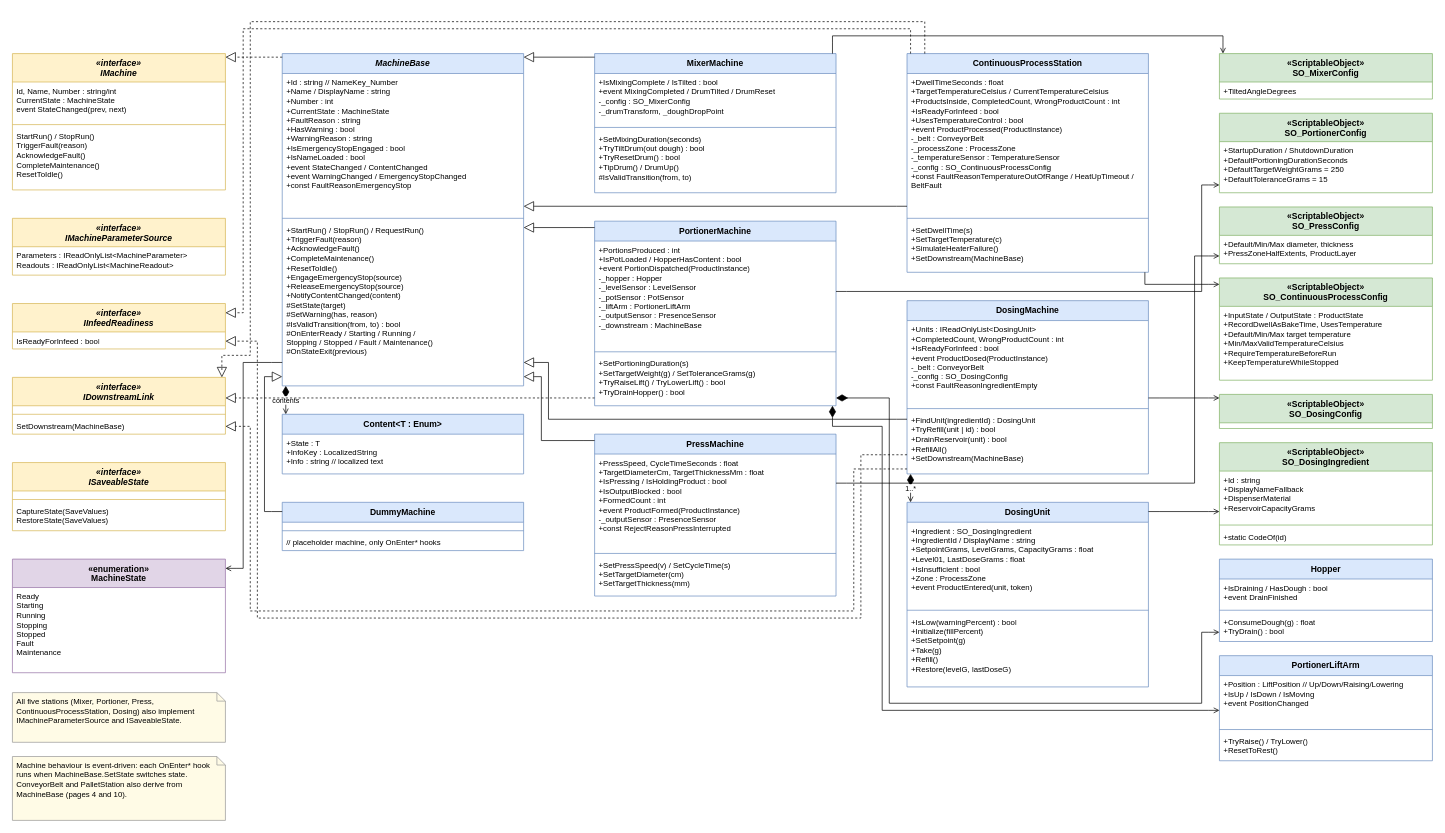
The draw.io diagram page "3 Machines" (3 of 10) of Docs/UML/FPS-UML.drawio in letusgetLogic/food-production-simulator, before the edit. Source tidied: cells renumbered, new cells numbered last; positions are measured from the earlier drawing's top-left corner, leaving out a move shared by most shapes. Both pictures are drawn from the tidied source at 71%, with x=0, y=0 at pixel (12, 21).
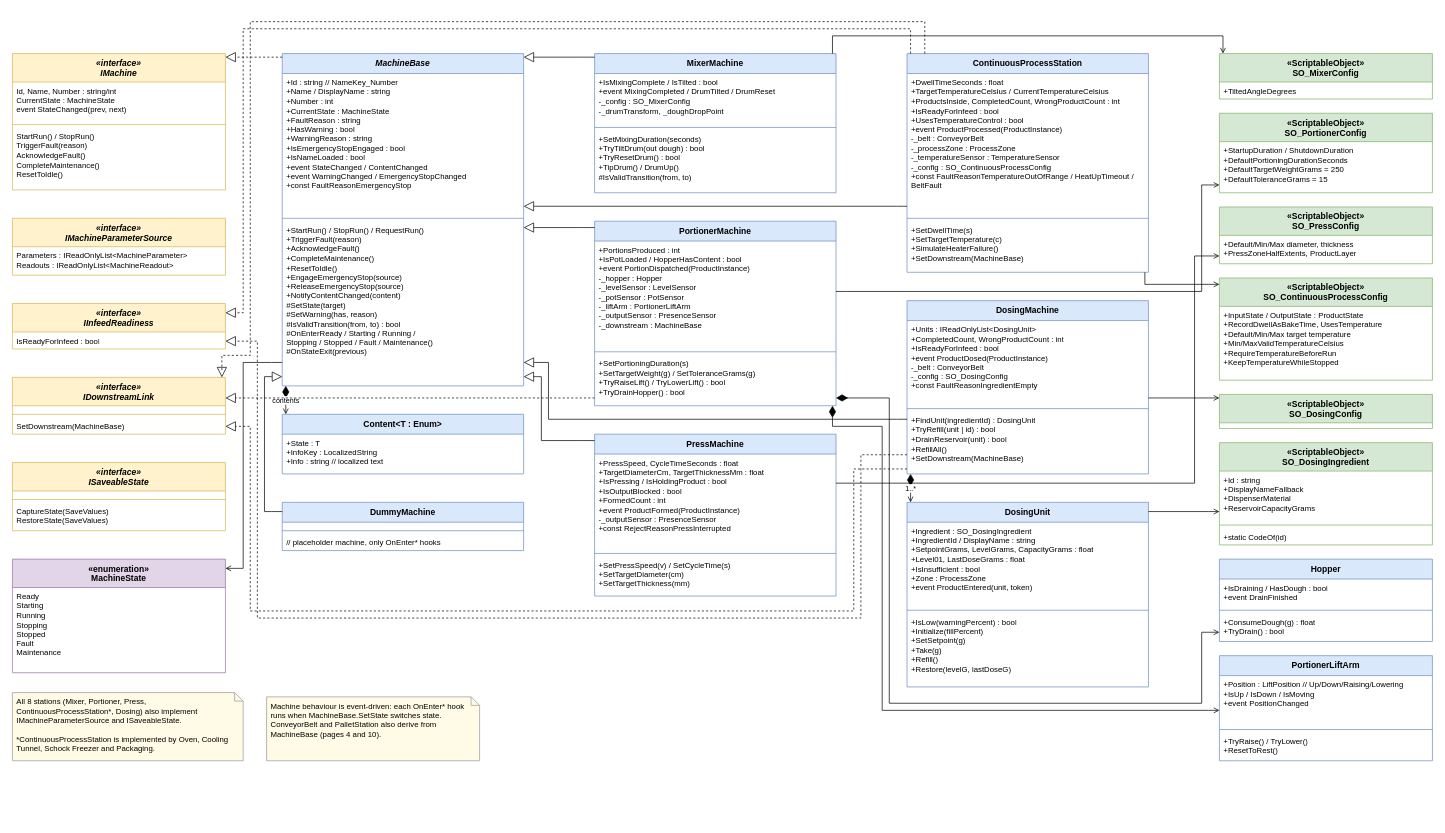
The same page after the edit.

Diff of the diagram source:
```diff
@@
-    <mxCell id="76" value="All five stations (Mixer, Portioner, Press, ContinuousProcessStation, Dosing) also implement IMachineParameterSource and ISaveableState." style="shape=note;whiteSpace=wrap;html=1;backgroundOutline=1;size=12;fillColor=#fffbe6;strokeColor=#999999;fontSize=11;align=left;verticalAlign=top;spacingLeft=4;" parent="1" vertex="1">
-      <mxGeometry y="945" width="300" height="70" as="geometry" />
+    <mxCell id="76" value="All 8 stations (Mixer, Portioner, Press, ContinuousProcessStation*, Dosing) also implement IMachineParameterSource and ISaveableState.&lt;br&gt;&lt;br&gt;&lt;div&gt;*ContinuousProcessStation is implemented by Oven, Cooling Tunnel, Schock Freezer and Packaging.&lt;/div&gt;" style="shape=note;whiteSpace=wrap;html=1;backgroundOutline=1;size=12;fillColor=#fffbe6;strokeColor=#999999;fontSize=11;align=left;verticalAlign=top;spacingLeft=4;" parent="1" vertex="1">
+      <mxGeometry y="945" width="325" height="96" as="geometry" />
     </mxCell>
     <mxCell id="77" value="Machine behaviour is event-driven: each OnEnter* hook runs when MachineBase.SetState switches state. ConveyorBelt and PalletStation also derive from MachineBase (pages 4 and 10)." style="shape=note;whiteSpace=wrap;html=1;backgroundOutline=1;size=12;fillColor=#fffbe6;strokeColor=#999999;fontSize=11;align=left;verticalAlign=top;spacingLeft=4;" parent="1" vertex="1">
-      <mxGeometry y="1035" width="300" height="90" as="geometry" />
+      <mxGeometry x="358" y="951" width="300" height="90" as="geometry" />
     </mxCell>
```
